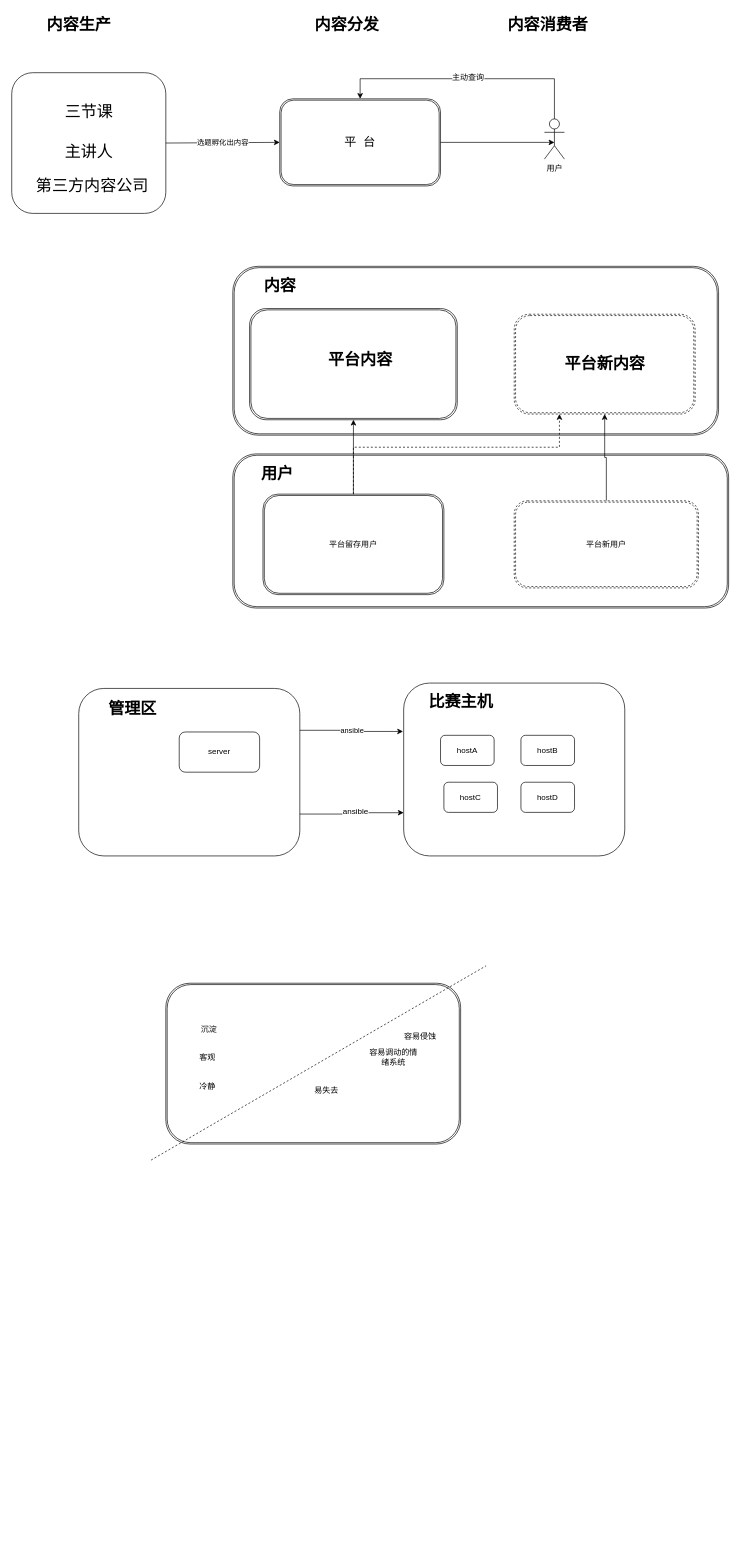
This is page 7 of 7 of snail_process.drawio from cpu6660/knight, a draw.io file, before an edit. Source tidied: cells renumbered, new cells numbered last; positions are measured from the earlier drawing's top-left corner, leaving out a move shared by most shapes. Both pictures are drawn from the tidied source at 67%, with x=0, y=0 at pixel (11, 11).
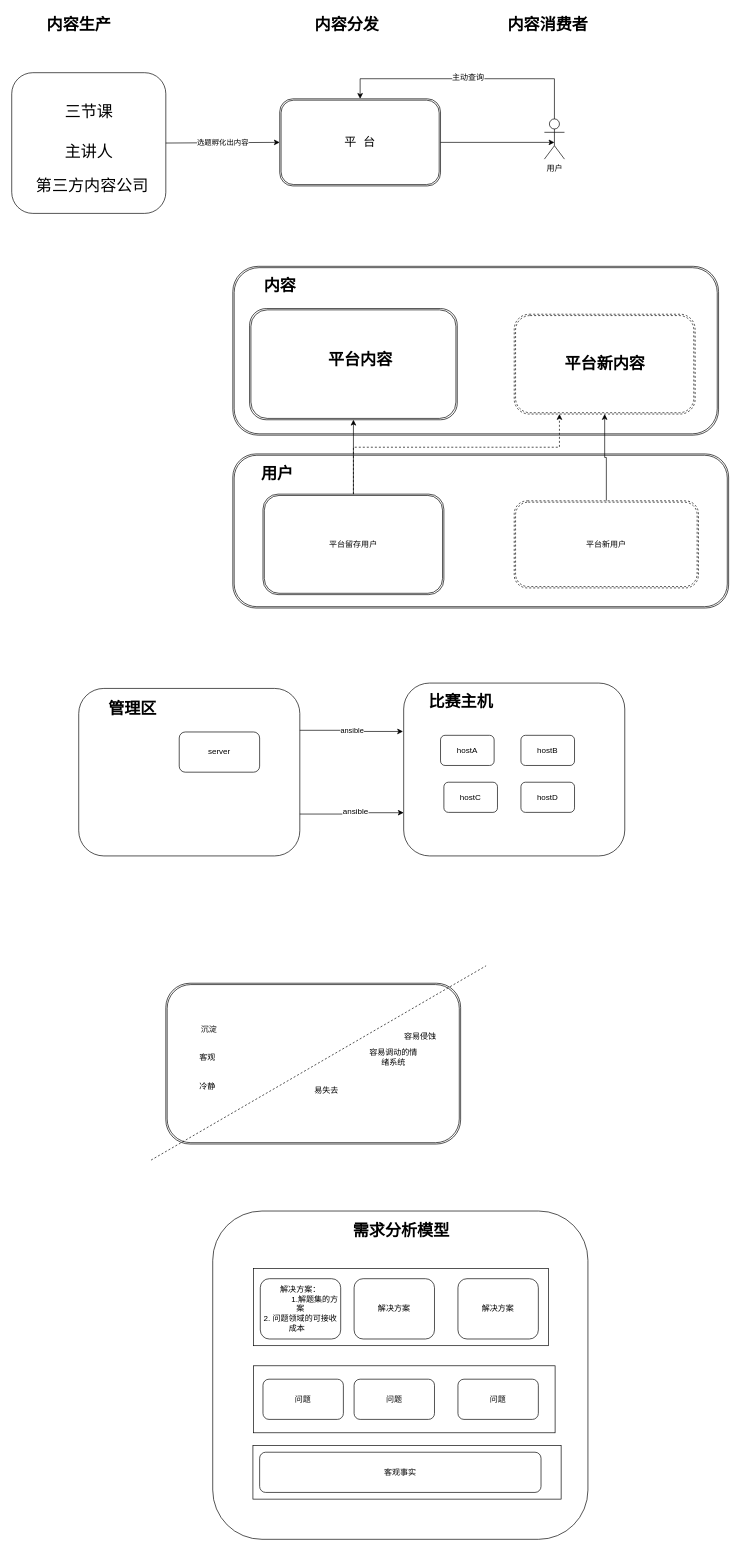
The same diagram, later.

The edit, as a diff of the source:
```diff
@@
+    <mxCell id="49" style="rounded=1;whiteSpace=wrap;html=1;" parent="1" vertex="1">
+      <mxGeometry x="300" y="1790" width="560" height="490" as="geometry" />
+    </mxCell>
+    <mxCell id="50" style="rounded=0;whiteSpace=wrap;html=1;" parent="1" vertex="1">
+      <mxGeometry x="360" y="2140" width="460" height="80" as="geometry" />
+    </mxCell>
+    <mxCell id="51" style="rounded=0;whiteSpace=wrap;html=1;" parent="1" vertex="1">
+      <mxGeometry x="361" y="2021" width="450" height="100" as="geometry" />
+    </mxCell>
@@
+    <mxCell id="52" value="客观事实" style="rounded=1;whiteSpace=wrap;html=1;" parent="1" vertex="1">
+      <mxGeometry x="370" y="2150" width="420" height="60" as="geometry" />
+    </mxCell>
+    <mxCell id="53" value="问题" style="rounded=1;whiteSpace=wrap;html=1;" parent="1" vertex="1">
+      <mxGeometry x="375" y="2041" width="120" height="60" as="geometry" />
+    </mxCell>
+    <mxCell id="54" value="问题" style="rounded=1;whiteSpace=wrap;html=1;" parent="1" vertex="1">
+      <mxGeometry x="511" y="2041" width="120" height="60" as="geometry" />
+    </mxCell>
+    <mxCell id="55" value="问题" style="rounded=1;whiteSpace=wrap;html=1;" parent="1" vertex="1">
+      <mxGeometry x="666" y="2041" width="120" height="60" as="geometry" />
+    </mxCell>
+    <mxCell id="56" style="group;" parent="1" vertex="1">
+      <mxGeometry x="361" y="1876" width="440" height="115" as="geometry" />
+    </mxCell>
+    <mxCell id="57" style="rounded=0;whiteSpace=wrap;html=1;" parent="56" vertex="1">
+      <mxGeometry width="440" height="115" as="geometry" />
+    </mxCell>
+    <mxCell id="58" value="解决方案：&lt;br&gt;&amp;nbsp; &amp;nbsp; &amp;nbsp; &amp;nbsp; &amp;nbsp; &amp;nbsp; &amp;nbsp;1.解题集的方案&lt;br&gt;2. 问题领域的可接收成本&amp;nbsp; &amp;nbsp;&lt;br&gt;" style="rounded=1;whiteSpace=wrap;html=1;" parent="56" vertex="1">
+      <mxGeometry x="10" y="15" width="120" height="90" as="geometry" />
+    </mxCell>
+    <mxCell id="59" value="解决方案" style="rounded=1;whiteSpace=wrap;html=1;" parent="56" vertex="1">
+      <mxGeometry x="150" y="15" width="120" height="90" as="geometry" />
+    </mxCell>
+    <mxCell id="60" value="解决方案" style="rounded=1;whiteSpace=wrap;html=1;" parent="56" vertex="1">
+      <mxGeometry x="305" y="15" width="120" height="90" as="geometry" />
+    </mxCell>
+    <mxCell id="61" value="需求分析模型" style="text;strokeColor=none;fillColor=none;html=1;fontSize=24;fontStyle=1;verticalAlign=middle;align=center;" parent="1" vertex="1">
+      <mxGeometry x="531" y="1800" width="100" height="40" as="geometry" />
+    </mxCell>
```
